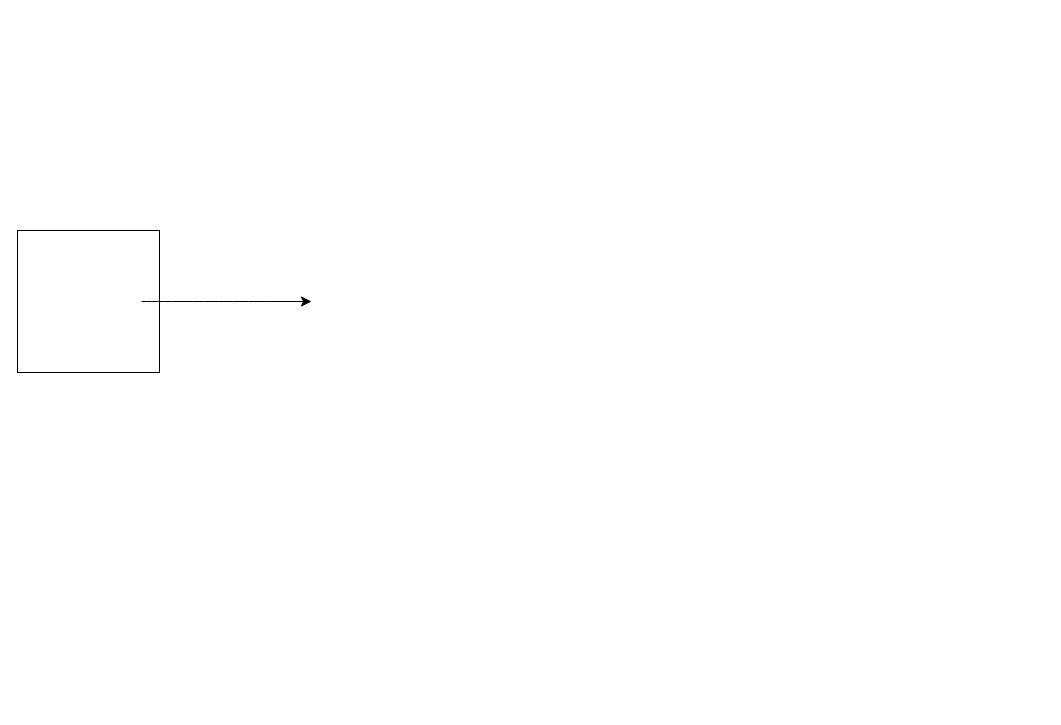
This is page "Relação das Entidades" (1 of 3) of Diagrama sem nome.drawio from MateusMSoares/RepositorioTeste, a draw.io file, before an edit. Source tidied: cells renumbered, new cells numbered last; positions are measured from the earlier drawing's top-left corner, leaving out a move shared by most shapes. Both pictures are drawn from the tidied source at 100%, with x=0, y=0 at pixel (17, 230).
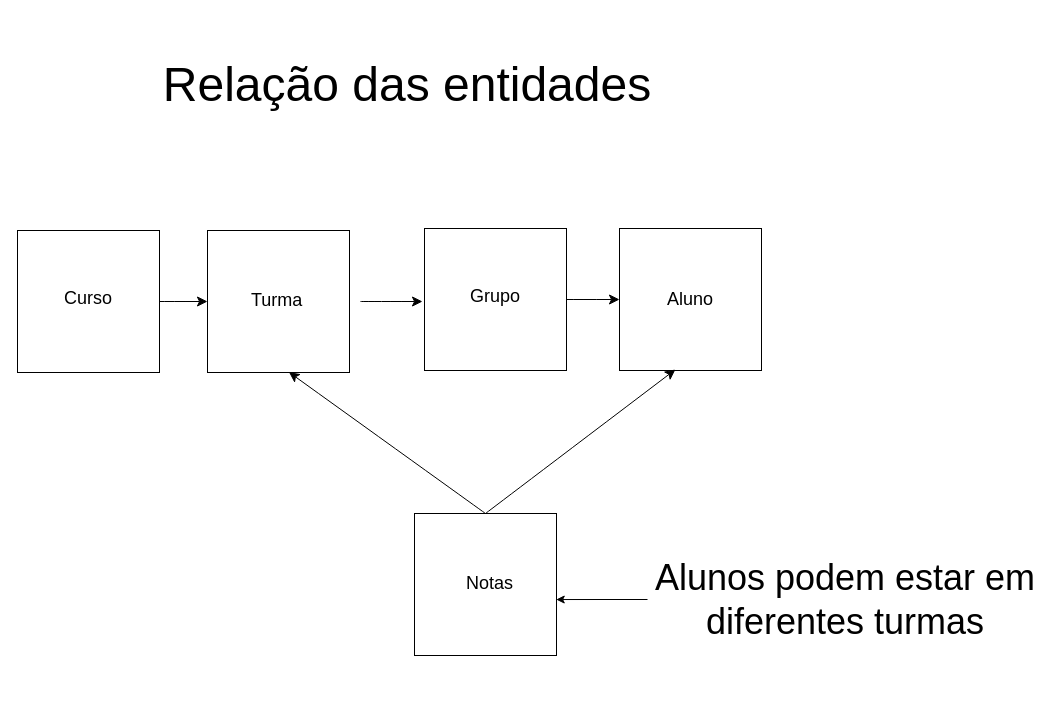
The same page after the edit.

What changed in the source:
```diff
@@
+    <mxCell id="3" style="endArrow=classic;html=1;rounded=0;fontSize=12;startSize=8;endSize=8;curved=1;exitX=0.873;exitY=0.5;exitDx=0;exitDy=0;exitPerimeter=0;entryX=0;entryY=0.5;entryDx=0;entryDy=0;" parent="1" edge="1" source="2" target="8">
+      <mxGeometry relative="1" as="geometry" />
+    </mxCell>
+    <mxCell id="4" style="group;" parent="1" vertex="1">
+      <mxGeometry width="142" height="142" as="geometry" />
+    </mxCell>
-    <mxCell id="2" style="whiteSpace=wrap;html=1;fontSize=16;" parent="1" vertex="1">
+    <mxCell id="2" style="whiteSpace=wrap;html=1;fontSize=16;" parent="4" vertex="1">
       <mxGeometry width="142" height="142" as="geometry" />
     </mxCell>
-    <mxCell id="3" style="endArrow=classic;html=1;rounded=0;fontSize=12;startSize=8;endSize=8;curved=1;exitX=0.873;exitY=0.5;exitDx=0;exitDy=0;exitPerimeter=0;" parent="1" edge="1" source="2">
-      <mxGeometry relative="1" as="geometry">
-        <mxPoint x="294" y="71" as="targetPoint" />
-      </mxGeometry>
-    </mxCell>
+    <mxCell id="5" value="&lt;font style=&quot;font-size: 18px;&quot;&gt;Curso&lt;/font&gt;" style="text;html=1;strokeColor=none;fillColor=none;align=center;verticalAlign=middle;whiteSpace=wrap;rounded=0;" parent="4" vertex="1">
+      <mxGeometry x="41" y="53" width="60" height="30" as="geometry" />
+    </mxCell>
+    <mxCell id="6" style="endArrow=classic;html=1;rounded=0;fontSize=12;startSize=8;endSize=8;curved=1;" parent="1" edge="1">
+      <mxGeometry relative="1" as="geometry">
+        <mxPoint x="343" y="71" as="sourcePoint" />
+        <mxPoint x="405" y="71" as="targetPoint" />
+      </mxGeometry>
+    </mxCell>
+    <mxCell id="7" style="group;" parent="1" vertex="1">
+      <mxGeometry x="190" width="142" height="142" as="geometry" />
+    </mxCell>
+    <mxCell id="8" style="whiteSpace=wrap;html=1;fontSize=16;" parent="7" vertex="1">
+      <mxGeometry width="142" height="142" as="geometry" />
+    </mxCell>
+    <mxCell id="9" value="&lt;span style=&quot;color: rgb(0, 0, 0); font-family: Helvetica; font-style: normal; font-variant-ligatures: normal; font-variant-caps: normal; font-weight: 400; letter-spacing: normal; orphans: 2; text-align: center; text-indent: 0px; text-transform: none; widows: 2; word-spacing: 0px; -webkit-text-stroke-width: 0px; background-color: rgb(255, 255, 255); text-decoration-thickness: initial; text-decoration-style: initial; text-decoration-color: initial; float: none; display: inline !important;&quot;&gt;&lt;font style=&quot;font-size: 18px;&quot;&gt;Turma&lt;/font&gt;&lt;/span&gt;" style="text;whiteSpace=wrap;html=1;" parent="7" vertex="1">
+      <mxGeometry x="42.4" y="53" width="57.2" height="36" as="geometry" />
+    </mxCell>
+    <mxCell id="10" style="endArrow=classic;html=1;rounded=0;fontSize=12;startSize=8;endSize=8;curved=1;exitX=0.873;exitY=0.5;exitDx=0;exitDy=0;exitPerimeter=0;entryX=0;entryY=0.5;entryDx=0;entryDy=0;" parent="1" edge="1" source="12" target="15">
+      <mxGeometry relative="1" as="geometry" />
+    </mxCell>
+    <mxCell id="11" style="group;" parent="1" vertex="1">
+      <mxGeometry x="407" y="-2" width="142" height="142" as="geometry" />
+    </mxCell>
+    <mxCell id="12" style="whiteSpace=wrap;html=1;fontSize=16;" parent="11" vertex="1">
+      <mxGeometry width="142" height="142" as="geometry" />
+    </mxCell>
+    <mxCell id="13" value="&lt;font style=&quot;font-size: 18px;&quot;&gt;Grupo&lt;/font&gt;" style="text;html=1;strokeColor=none;fillColor=none;align=center;verticalAlign=middle;whiteSpace=wrap;rounded=0;" parent="11" vertex="1">
+      <mxGeometry x="41" y="53" width="60" height="30" as="geometry" />
+    </mxCell>
+    <mxCell id="14" style="group;" parent="1" vertex="1">
+      <mxGeometry x="602" y="-2" width="142" height="142" as="geometry" />
+    </mxCell>
+    <mxCell id="15" style="whiteSpace=wrap;html=1;fontSize=16;" parent="14" vertex="1">
+      <mxGeometry width="142" height="142" as="geometry" />
+    </mxCell>
+    <mxCell id="16" value="&lt;font style=&quot;font-size: 18px;&quot;&gt;Aluno&lt;/font&gt;" style="text;html=1;strokeColor=none;fillColor=default;align=center;verticalAlign=middle;whiteSpace=wrap;rounded=0;" parent="14" vertex="1">
+      <mxGeometry x="41" y="56" width="60" height="30" as="geometry" />
+    </mxCell>
+    <mxCell id="17" style="endArrow=classic;html=1;rounded=0;fontSize=12;startSize=8;endSize=8;curved=1;exitX=0.5;exitY=0;exitDx=0;exitDy=0;entryX=0.394;entryY=0.993;entryDx=0;entryDy=0;entryPerimeter=0;" parent="1" edge="1" source="21" target="15">
+      <mxGeometry relative="1" as="geometry" />
+    </mxCell>
+    <mxCell id="18" style="endArrow=classic;html=1;rounded=0;fontSize=12;startSize=8;endSize=8;curved=1;exitX=0.5;exitY=0;exitDx=0;exitDy=0;entryX=0.574;entryY=0.998;entryDx=0;entryDy=0;entryPerimeter=0;" parent="1" edge="1" source="21" target="8">
+      <mxGeometry relative="1" as="geometry" />
+    </mxCell>
+    <mxCell id="19" value="&lt;font style=&quot;font-size: 48px;&quot;&gt;Relação das entidades&lt;/font&gt;" style="text;html=1;strokeColor=none;fillColor=none;align=center;verticalAlign=middle;whiteSpace=wrap;rounded=0;" parent="1" vertex="1">
+      <mxGeometry x="133" y="-213" width="514" height="134" as="geometry" />
+    </mxCell>
+    <mxCell id="20" style="group;" parent="1" vertex="1">
+      <mxGeometry x="397" y="283" width="142" height="142" as="geometry" />
+    </mxCell>
+    <mxCell id="21" style="whiteSpace=wrap;html=1;fontSize=16;" parent="20" vertex="1">
+      <mxGeometry width="142" height="142" as="geometry" />
+    </mxCell>
+    <mxCell id="22" value="&lt;span style=&quot;color: rgb(0, 0, 0); font-family: Helvetica; font-style: normal; font-variant-ligatures: normal; font-variant-caps: normal; font-weight: 400; letter-spacing: normal; orphans: 2; text-align: center; text-indent: 0px; text-transform: none; widows: 2; word-spacing: 0px; -webkit-text-stroke-width: 0px; background-color: rgb(255, 255, 255); text-decoration-thickness: initial; text-decoration-style: initial; text-decoration-color: initial; float: none; display: inline !important;&quot;&gt;&lt;font style=&quot;font-size: 18px;&quot;&gt;Notas&lt;/font&gt;&lt;/span&gt;" style="text;whiteSpace=wrap;html=1;" parent="20" vertex="1">
+      <mxGeometry x="50" y="53" width="42" height="36" as="geometry" />
+    </mxCell>
+    <mxCell id="23" style="edgeStyle=orthogonalEdgeStyle;rounded=0;jettySize=auto;html=1;entryX=0.998;entryY=0.606;entryDx=0;entryDy=0;entryPerimeter=0;" parent="1" edge="1" source="24" target="21">
+      <mxGeometry relative="1" as="geometry" />
+    </mxCell>
+    <mxCell id="24" value="&lt;font style=&quot;font-size: 36px;&quot;&gt;Alunos podem estar em diferentes turmas&lt;/font&gt;" style="text;html=1;strokeColor=none;fillColor=none;align=center;verticalAlign=middle;whiteSpace=wrap;rounded=0;" parent="1" vertex="1">
+      <mxGeometry x="630" y="260" width="396" height="218" as="geometry" />
+    </mxCell>
```
